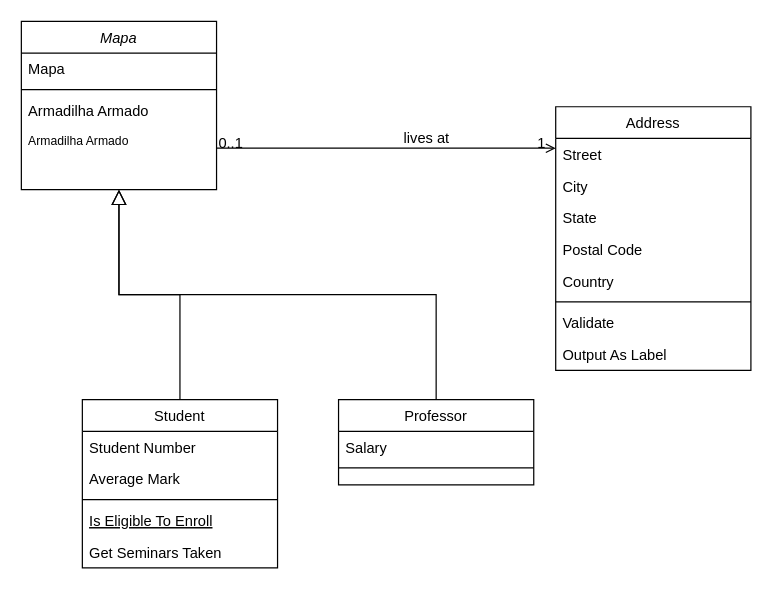
Above: Diagrama sem nome.drawio in GabsRMartins/Trabalho-final-PDS2 (draw.io), before the change. Source tidied: cells renumbered, new cells numbered last; positions are measured from the earlier drawing's top-left corner, leaving out a move shared by most shapes. Both pictures are drawn from the tidied source at 122%, with x=0, y=0 at pixel (21, 21).
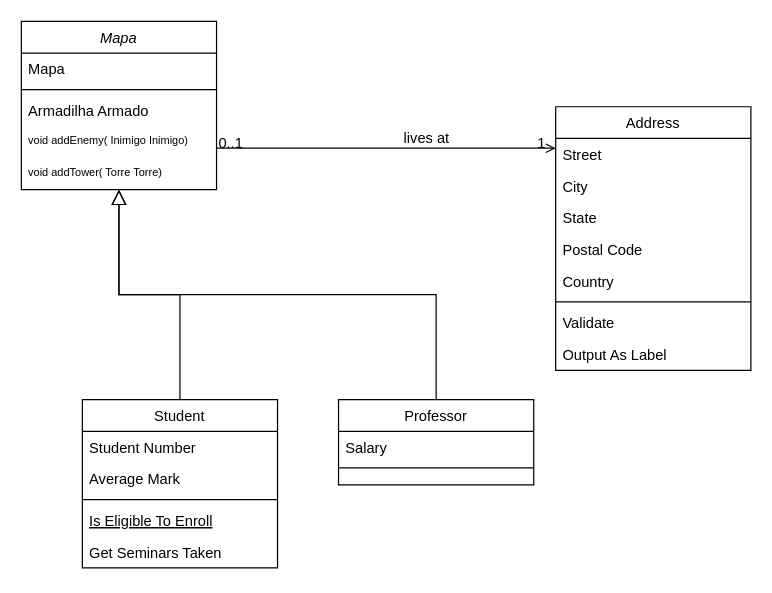
Above is the later version.

Unchanged cells that the change refers to:
```xml
<mxCell id="2" value="Mapa" style="swimlane;fontStyle=2;align=center;verticalAlign=top;horizontal=1;startSize=26;rounded=0;shadow=0;strokeWidth=1;" parent="1" vertex="1">
  <mxGeometry width="160" height="138" as="geometry" />
</mxCell>
```

What changed in the source:
```diff
@@
-    <mxCell id="6" value="Armadilha Armado" style="text;align=left;verticalAlign=top;spacingLeft=4;spacingRight=4;overflow=hidden;fontSize=10;" parent="2" vertex="1">
+    <mxCell id="6" value="void addEnemy( Inimigo Inimigo)" style="text;align=left;verticalAlign=top;spacingLeft=4;spacingRight=4;overflow=hidden;fontSize=9;" parent="2" vertex="1">
       <mxGeometry y="86" width="160" height="26" as="geometry" />
     </mxCell>
+    <mxCell id="31" value="void addTower( Torre Torre)" style="text;align=left;verticalAlign=top;spacingLeft=4;spacingRight=4;overflow=hidden;fontSize=9;" parent="2" vertex="1">
+      <mxGeometry y="112" width="160" height="26" as="geometry" />
+    </mxCell>
```
